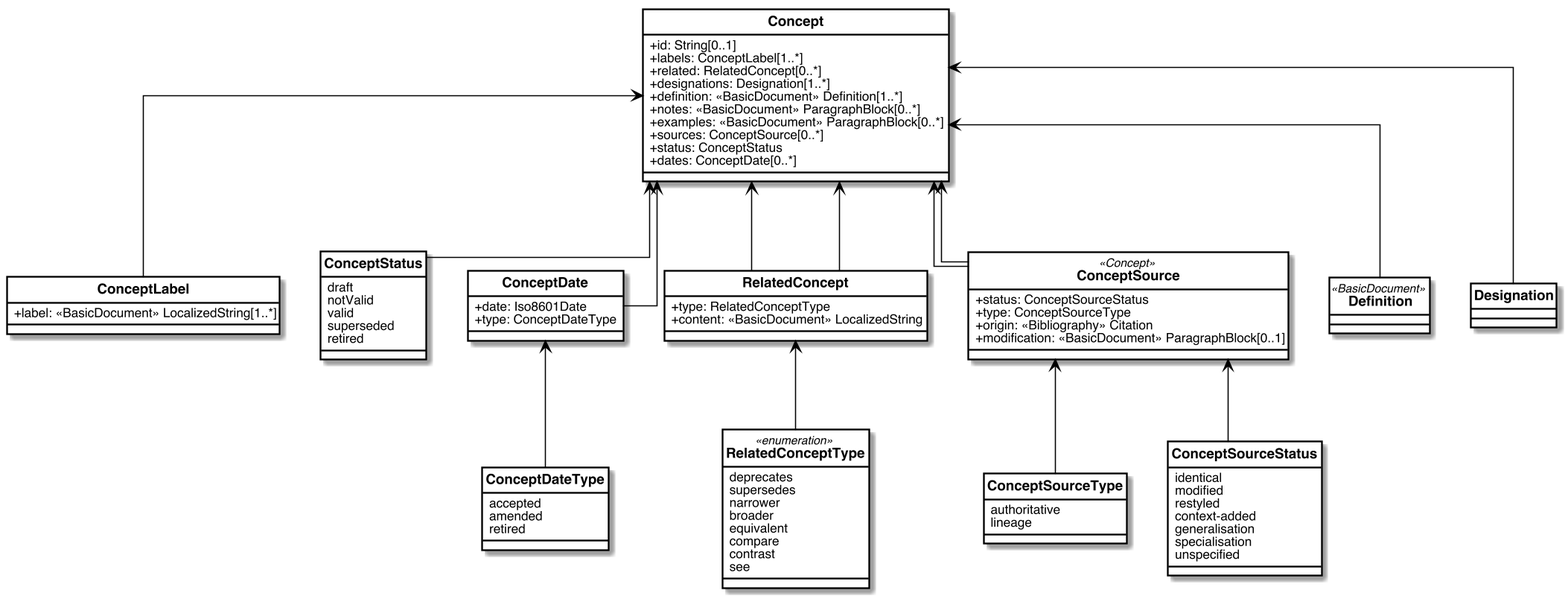
Earlier version of the PlantUML export images/concept.png (glossarist/concept-model). Source of this version:
```plantuml
@startuml


skinparam Dpi 150
skinparam Monochrome false
skinparam LineType ortho
hide circle
skinparam Default {
  TextAlignment center
  FontName Helvetica
}
skinparam Class {
  AttributeIconSize 0
  BackgroundColor White
  ArrowColor Black
  BorderColor Black
  FontStyle bold
  StereotypeFontSize 10
}
skinparam Rectangle {
  BackgroundColor White
  ArrowColor Black
  BorderColor Black
  FontStyle bold
  FontSize 11
  StereotypeFontSize 10
}
skinparam Object {
  BackgroundColor White
  ArrowColor Black
  BorderColor Black
  FontStyle bold
  FontSize 11
  StereotypeFontSize 10
}

skinparam Entity {
  StereotypeFontSize 10
}



class Concept {
  +id: String[0..1]
  +labels: ConceptLabel[1..*]
  +related: RelatedConcept[0..*]
  +designations: Designation[1..*]
  +definition: <<BasicDocument>> Definition[1..*]
  +notes: <<BasicDocument>> ParagraphBlock[0..*]
  +examples: <<BasicDocument>> ParagraphBlock[0..*]
  +sources: ConceptSource[0..*]
  +status: ConceptStatus
  +dates: ConceptDate[0..*]
}

class ConceptLabel {
  +label: <<BasicDocument>> LocalizedString[1..*]
}

enum ConceptStatus{
  draft
  notValid
  valid
  superseded
  retired
}

class ConceptDate {
  +date: Iso8601Date
  +type: ConceptDateType
}

enum ConceptDateType {
  accepted
  amended
  retired
}













class RelatedConcept {
  +type: RelatedConceptType
  +content: <<BasicDocument>> LocalizedString
}

enum RelatedConceptType <<enumeration>>{
  deprecates
  supersedes
  narrower
  broader
  equivalent
  compare
  contrast
  see
}

class ConceptSource <<Concept>>{
  +status: ConceptSourceStatus
  +type: ConceptSourceType
  +origin: <<Bibliography>> Citation
  +modification: <<BasicDocument>> ParagraphBlock[0..1]
}

class Definition <<BasicDocument>>{
}

enum ConceptSourceType {
  authoritative
  lineage
}

enum ConceptSourceStatus {
  identical
  modified
  restyled
  context-added
  generalisation
  specialisation
  unspecified
}

Concept <-- ConceptSource
Concept <-- ConceptLabel
Concept <-- RelatedConcept
Concept <-- ConceptDate
Concept <-- RelatedConcept
Concept <-- ConceptSource
Concept <-- Definition
Concept <-- Designation
Concept <-- ConceptStatus

ConceptSource <-- ConceptSourceStatus
ConceptSource <-- ConceptSourceType
RelatedConcept <-- RelatedConceptType

ConceptDate <-- ConceptDateType

@enduml
```
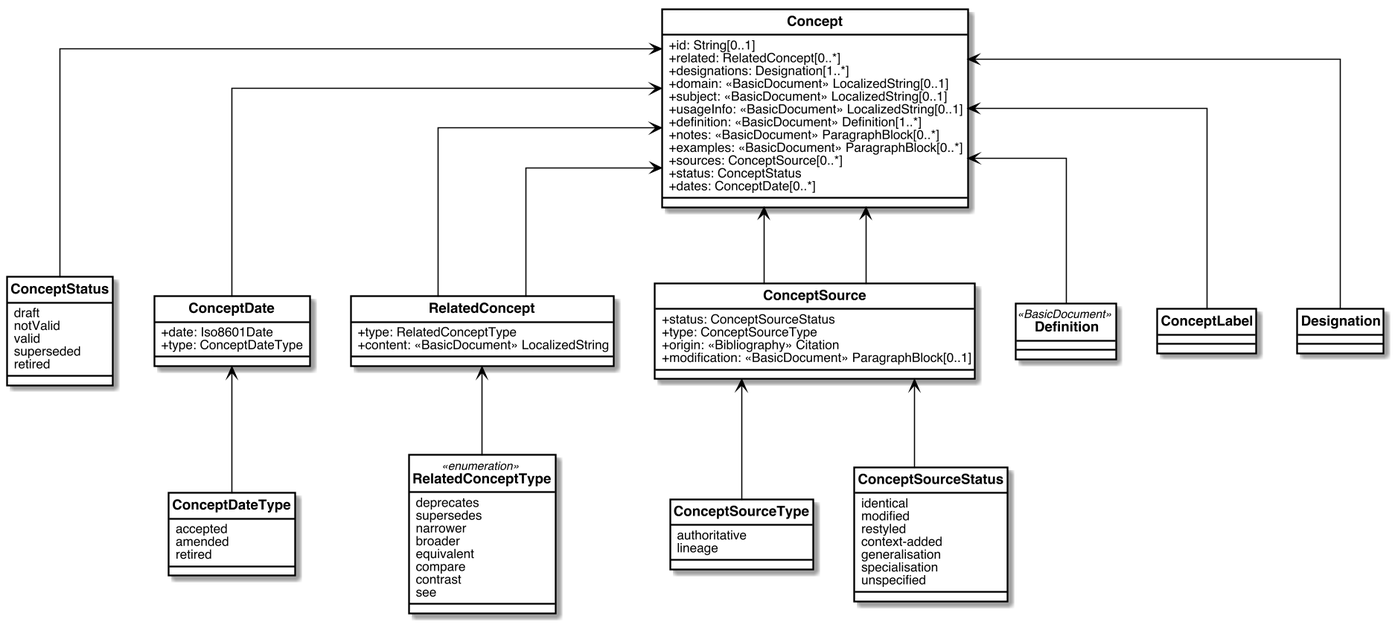
Later version of the same file.

What changed in the source:
```diff
@@ -42,19 +42,17 @@
 
 class Concept {
   +id: String[0..1]
-  +labels: ConceptLabel[1..*]
   +related: RelatedConcept[0..*]
   +designations: Designation[1..*]
+  +domain: <<BasicDocument>> LocalizedString[0..1]
+  +subject: <<BasicDocument>> LocalizedString[0..1]
+  +usageInfo: <<BasicDocument>> LocalizedString[0..1]
   +definition: <<BasicDocument>> Definition[1..*]
   +notes: <<BasicDocument>> ParagraphBlock[0..*]
   +examples: <<BasicDocument>> ParagraphBlock[0..*]
   +sources: ConceptSource[0..*]
   +status: ConceptStatus
   +dates: ConceptDate[0..*]
-}
-
-class ConceptLabel {
-  +label: <<BasicDocument>> LocalizedString[1..*]
 }
 
 enum ConceptStatus{
@@ -78,16 +76,6 @@
 
 
 
-
-
-
-
-
-
-
-
-
-
 class RelatedConcept {
   +type: RelatedConceptType
   +content: <<BasicDocument>> LocalizedString
@@ -104,7 +92,7 @@
   see
 }
 
-class ConceptSource <<Concept>>{
+class ConceptSource {
   +status: ConceptSourceStatus
   +type: ConceptSourceType
   +origin: <<Bibliography>> Citation
```
